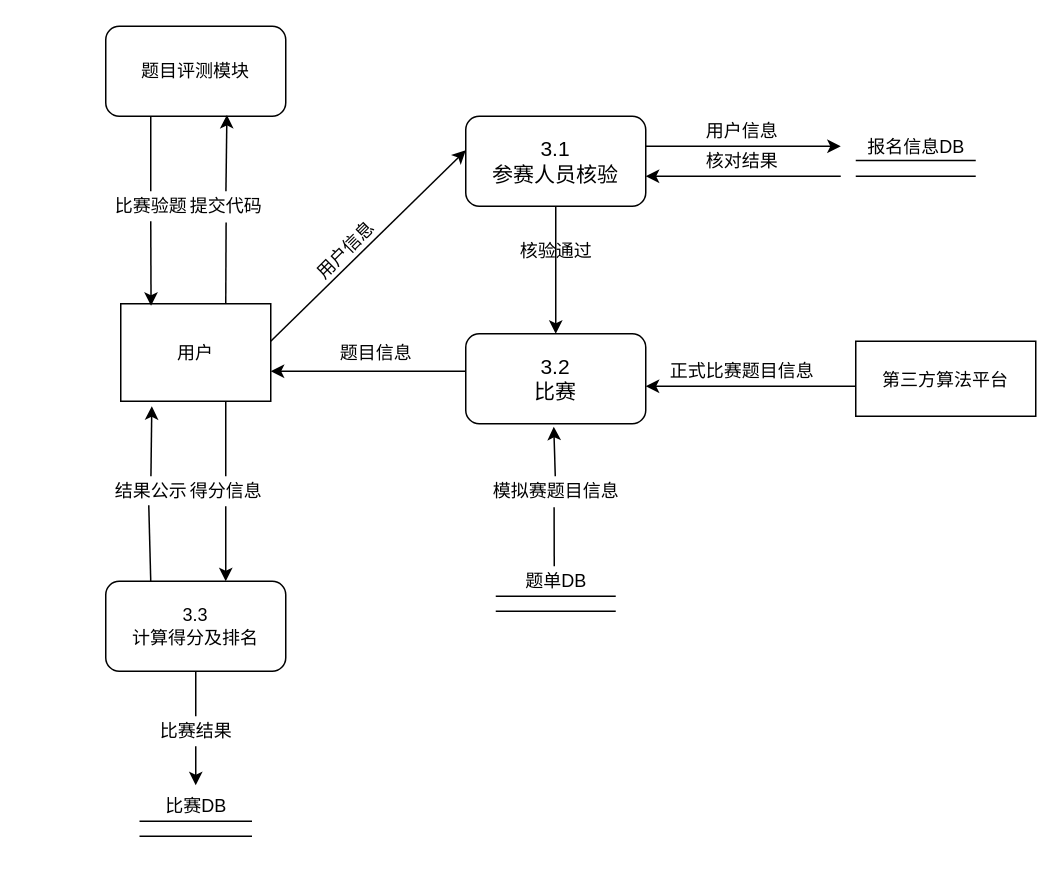
Before: 分析文档/2.1比赛信息.drawio in 12MegaA21/CodeCode, a draw.io diagram. Source tidied: cells renumbered, new cells numbered last; positions are measured from the earlier drawing's top-left corner, leaving out a move shared by most shapes. Both pictures are drawn from the tidied source at 150%, with x=0, y=0 at pixel (105, 26).
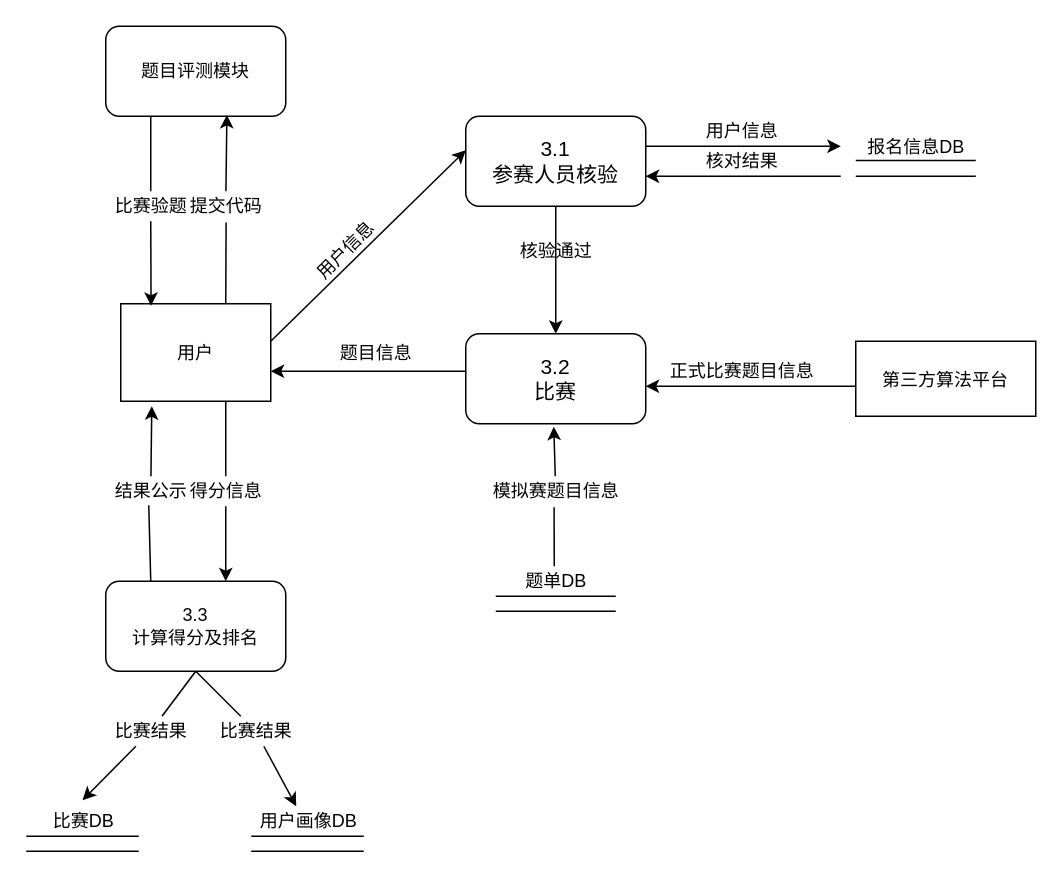
The same page after the edit.

The change refers to these unchanged cells:
```xml
<mxCell id="47" value="比赛DB" style="text;html=1;align=center;verticalAlign=middle;points=[];fillColor=none;strokeColor=none;rounded=0;fontSize=12;" parent="44" vertex="1">
  <mxGeometry x="7.5" width="60" height="20" as="geometry" />
</mxCell>
```

Diff of the diagram source:
```diff
@@
-    <mxCell id="41" style="endArrow=classic;html=1;rounded=0;fontSize=12;startArrow=none;entryX=0.5;entryY=-0.2;entryDx=0;entryDy=0;entryPerimeter=0;" parent="1" edge="1" source="42" target="47">
-      <mxGeometry relative="1" as="geometry" />
-    </mxCell>
     <mxCell id="42" value="比赛结果" style="text;html=1;align=center;verticalAlign=middle;points=[];fillColor=none;strokeColor=none;rounded=0;fontSize=12;" parent="1" vertex="1">
-      <mxGeometry x="30" y="460" width="60" height="20" as="geometry" />
+      <mxGeometry y="460" width="60" height="20" as="geometry" />
     </mxCell>
@@
     <mxCell id="44" style="group;" parent="1" vertex="1">
-      <mxGeometry x="22.5" y="510" width="75" height="30" as="geometry" />
+      <mxGeometry x="-53" y="520" width="75" height="30" as="geometry" />
     </mxCell>
@@
+    <mxCell id="41" style="endArrow=classic;html=1;rounded=0;fontSize=12;startArrow=none;entryX=0.5;entryY=-0.2;entryDx=0;entryDy=0;entryPerimeter=0;" parent="1" edge="1" source="42" target="47">
+      <mxGeometry relative="1" as="geometry" />
+    </mxCell>
+    <mxCell id="48" style="endArrow=classic;html=1;rounded=0;startArrow=none;" parent="1" edge="1" source="53">
+      <mxGeometry relative="1" as="geometry">
+        <mxPoint x="127" y="520" as="targetPoint" />
+      </mxGeometry>
+    </mxCell>
+    <mxCell id="49" style="group;" parent="1" vertex="1">
+      <mxGeometry x="94.5" y="520" width="80" height="30" as="geometry" />
+    </mxCell>
+    <mxCell id="50" style="endArrow=none;html=1;rounded=0;fontSize=12;" parent="49" edge="1">
+      <mxGeometry relative="1" as="geometry">
+        <mxPoint x="2.5" y="20" as="sourcePoint" />
+        <mxPoint x="77.5" y="20" as="targetPoint" />
+      </mxGeometry>
+    </mxCell>
+    <mxCell id="51" style="endArrow=none;html=1;rounded=0;fontSize=12;" parent="49" edge="1">
+      <mxGeometry relative="1" as="geometry">
+        <mxPoint x="2.5" y="30" as="sourcePoint" />
+        <mxPoint x="77.5" y="30" as="targetPoint" />
+      </mxGeometry>
+    </mxCell>
+    <mxCell id="52" value="用户画像DB" style="text;html=1;align=center;verticalAlign=middle;fillColor=none;strokeColor=none;rounded=0;fontSize=12;" parent="49" vertex="1">
+      <mxGeometry width="80" height="20" as="geometry" />
+    </mxCell>
+    <mxCell id="53" value="比赛结果" style="text;html=1;align=center;verticalAlign=middle;points=[];fillColor=none;strokeColor=none;rounded=0;fontSize=12;" parent="1" vertex="1">
+      <mxGeometry x="70" y="460" width="60" height="20" as="geometry" />
+    </mxCell>
+    <mxCell id="54" style="endArrow=none;html=1;rounded=0;" parent="1" edge="1" target="53">
+      <mxGeometry relative="1" as="geometry">
+        <mxPoint x="60" y="430" as="sourcePoint" />
+      </mxGeometry>
+    </mxCell>
```
